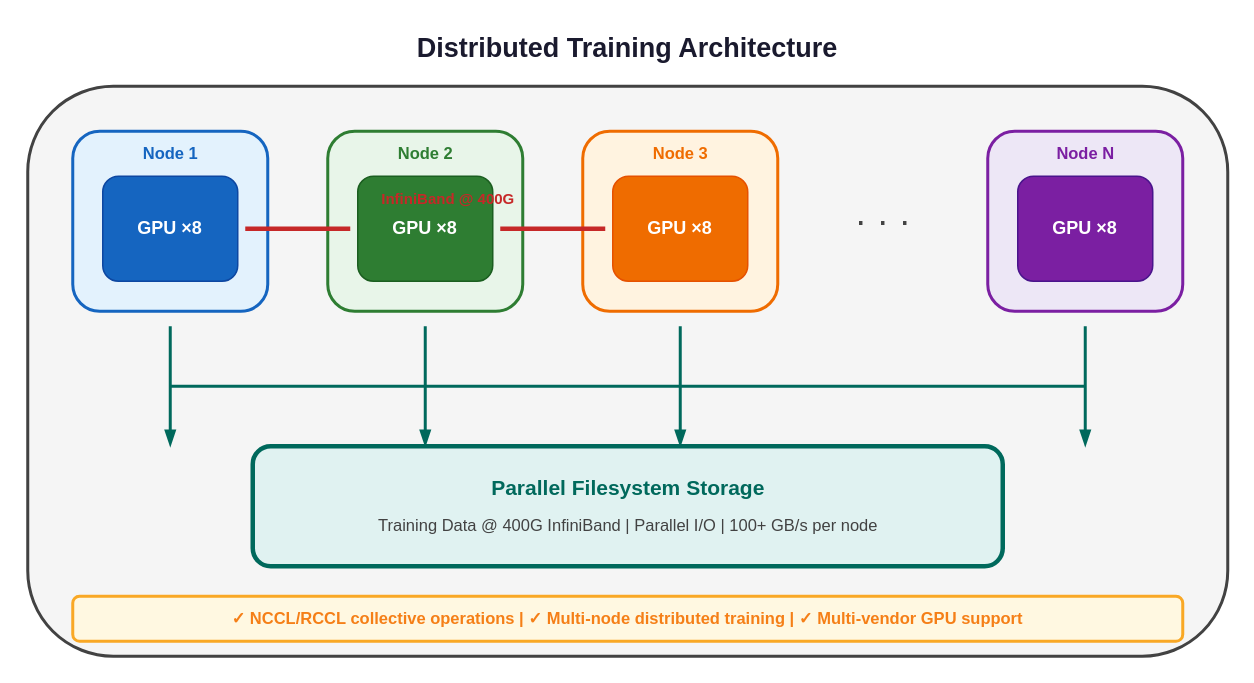
This is docs/diagrams/distributed-training.drawio from aamir939/Documentation, a draw.io file, before an edit. Source tidied: cells renumbered, new cells numbered last; positions are measured from the earlier drawing's top-left corner, leaving out a move shared by most shapes. Both pictures are drawn from the tidied source at 150%, with x=0, y=0 at pixel (27, 26).
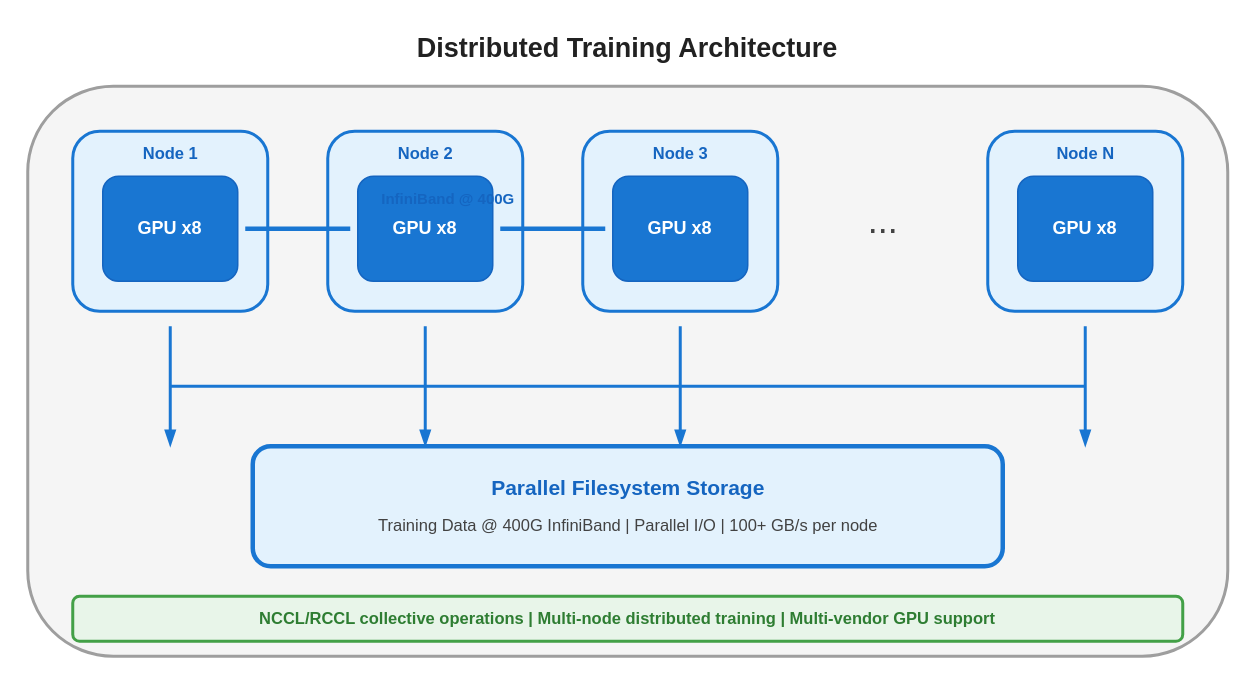
The same diagram, later.

Change to the diagram source:
```diff
@@
-    <mxCell id="2" value="Distributed Training Architecture" style="text;html=1;strokeColor=none;fillColor=none;align=center;verticalAlign=middle;whiteSpace=wrap;rounded=0;fontSize=18;fontStyle=1;fontColor=#1a1a2e;" parent="1" vertex="1">
+    <mxCell id="2" value="Distributed Training Architecture" style="text;html=1;strokeColor=none;fillColor=none;align=center;verticalAlign=middle;whiteSpace=wrap;rounded=0;fontSize=18;fontStyle=1;fontColor=#212121;" parent="1" vertex="1">
       <mxGeometry x="250" width="300" height="30" as="geometry" />
     </mxCell>
-    <mxCell id="3" style="rounded=1;whiteSpace=wrap;html=1;fillColor=#f5f5f5;strokeColor=#424242;strokeWidth=2;" parent="1" vertex="1">
+    <mxCell id="3" style="rounded=1;whiteSpace=wrap;html=1;fillColor=#f5f5f5;strokeColor=#9e9e9e;strokeWidth=2;" parent="1" vertex="1">
       <mxGeometry y="40" width="800" height="380" as="geometry" />
     </mxCell>
-    <mxCell id="4" style="rounded=1;whiteSpace=wrap;html=1;fillColor=#e3f2fd;strokeColor=#1565c0;strokeWidth=2;" parent="1" vertex="1">
+    <mxCell id="4" style="rounded=1;whiteSpace=wrap;html=1;fillColor=#e3f2fd;strokeColor=#1976d2;strokeWidth=2;" parent="1" vertex="1">
       <mxGeometry x="30" y="70" width="130" height="120" as="geometry" />
     </mxCell>
@@
-    <mxCell id="6" value="GPU ×8" style="rounded=1;whiteSpace=wrap;html=1;fillColor=#1565c0;strokeColor=#0d47a1;fontColor=#ffffff;fontStyle=1;fontSize=12;" parent="1" vertex="1">
+    <mxCell id="6" value="GPU x8" style="rounded=1;whiteSpace=wrap;html=1;fillColor=#1976d2;strokeColor=#1565c0;fontColor=#ffffff;fontStyle=1;fontSize=12;" parent="1" vertex="1">
       <mxGeometry x="50" y="100" width="90" height="70" as="geometry" />
     </mxCell>
-    <mxCell id="7" style="rounded=1;whiteSpace=wrap;html=1;fillColor=#e8f5e9;strokeColor=#2e7d32;strokeWidth=2;" parent="1" vertex="1">
+    <mxCell id="7" style="rounded=1;whiteSpace=wrap;html=1;fillColor=#e3f2fd;strokeColor=#1976d2;strokeWidth=2;" parent="1" vertex="1">
       <mxGeometry x="200" y="70" width="130" height="120" as="geometry" />
     </mxCell>
-    <mxCell id="8" value="Node 2" style="text;html=1;strokeColor=none;fillColor=none;align=center;verticalAlign=middle;fontStyle=1;fontSize=11;fontColor=#2e7d32;" parent="1" vertex="1">
+    <mxCell id="8" value="Node 2" style="text;html=1;strokeColor=none;fillColor=none;align=center;verticalAlign=middle;fontStyle=1;fontSize=11;fontColor=#1565c0;" parent="1" vertex="1">
       <mxGeometry x="200" y="75" width="130" height="20" as="geometry" />
     </mxCell>
-    <mxCell id="9" value="GPU ×8" style="rounded=1;whiteSpace=wrap;html=1;fillColor=#2e7d32;strokeColor=#1b5e20;fontColor=#ffffff;fontStyle=1;fontSize=12;" parent="1" vertex="1">
+    <mxCell id="9" value="GPU x8" style="rounded=1;whiteSpace=wrap;html=1;fillColor=#1976d2;strokeColor=#1565c0;fontColor=#ffffff;fontStyle=1;fontSize=12;" parent="1" vertex="1">
       <mxGeometry x="220" y="100" width="90" height="70" as="geometry" />
     </mxCell>
-    <mxCell id="10" style="rounded=1;whiteSpace=wrap;html=1;fillColor=#fff3e0;strokeColor=#ef6c00;strokeWidth=2;" parent="1" vertex="1">
+    <mxCell id="10" style="rounded=1;whiteSpace=wrap;html=1;fillColor=#e3f2fd;strokeColor=#1976d2;strokeWidth=2;" parent="1" vertex="1">
       <mxGeometry x="370" y="70" width="130" height="120" as="geometry" />
     </mxCell>
-    <mxCell id="11" value="Node 3" style="text;html=1;strokeColor=none;fillColor=none;align=center;verticalAlign=middle;fontStyle=1;fontSize=11;fontColor=#ef6c00;" parent="1" vertex="1">
+    <mxCell id="11" value="Node 3" style="text;html=1;strokeColor=none;fillColor=none;align=center;verticalAlign=middle;fontStyle=1;fontSize=11;fontColor=#1565c0;" parent="1" vertex="1">
       <mxGeometry x="370" y="75" width="130" height="20" as="geometry" />
     </mxCell>
-    <mxCell id="12" value="GPU ×8" style="rounded=1;whiteSpace=wrap;html=1;fillColor=#ef6c00;strokeColor=#e65100;fontColor=#ffffff;fontStyle=1;fontSize=12;" parent="1" vertex="1">
+    <mxCell id="12" value="GPU x8" style="rounded=1;whiteSpace=wrap;html=1;fillColor=#1976d2;strokeColor=#1565c0;fontColor=#ffffff;fontStyle=1;fontSize=12;" parent="1" vertex="1">
       <mxGeometry x="390" y="100" width="90" height="70" as="geometry" />
     </mxCell>
-    <mxCell id="13" style="rounded=1;whiteSpace=wrap;html=1;fillColor=#ede7f6;strokeColor=#7b1fa2;strokeWidth=2;" parent="1" vertex="1">
+    <mxCell id="13" style="rounded=1;whiteSpace=wrap;html=1;fillColor=#e3f2fd;strokeColor=#1976d2;strokeWidth=2;" parent="1" vertex="1">
       <mxGeometry x="640" y="70" width="130" height="120" as="geometry" />
     </mxCell>
-    <mxCell id="14" value="Node N" style="text;html=1;strokeColor=none;fillColor=none;align=center;verticalAlign=middle;fontStyle=1;fontSize=11;fontColor=#7b1fa2;" parent="1" vertex="1">
+    <mxCell id="14" value="Node N" style="text;html=1;strokeColor=none;fillColor=none;align=center;verticalAlign=middle;fontStyle=1;fontSize=11;fontColor=#1565c0;" parent="1" vertex="1">
       <mxGeometry x="640" y="75" width="130" height="20" as="geometry" />
     </mxCell>
-    <mxCell id="15" value="GPU ×8" style="rounded=1;whiteSpace=wrap;html=1;fillColor=#7b1fa2;strokeColor=#4a148c;fontColor=#ffffff;fontStyle=1;fontSize=12;" parent="1" vertex="1">
+    <mxCell id="15" value="GPU x8" style="rounded=1;whiteSpace=wrap;html=1;fillColor=#1976d2;strokeColor=#1565c0;fontColor=#ffffff;fontStyle=1;fontSize=12;" parent="1" vertex="1">
       <mxGeometry x="660" y="100" width="90" height="70" as="geometry" />
     </mxCell>
-    <mxCell id="16" value="· · ·" style="text;html=1;strokeColor=none;fillColor=none;align=center;verticalAlign=middle;fontSize=24;fontColor=#424242;" parent="1" vertex="1">
+    <mxCell id="16" value="..." style="text;html=1;strokeColor=none;fillColor=none;align=center;verticalAlign=middle;fontSize=24;fontColor=#424242;" parent="1" vertex="1">
       <mxGeometry x="530" y="110" width="80" height="40" as="geometry" />
     </mxCell>
-    <mxCell id="17" style="edgeStyle=orthogonalEdgeStyle;rounded=0;orthogonalLoop=1;jettySize=auto;html=1;strokeWidth=3;strokeColor=#c62828;endArrow=none;startArrow=none;" parent="1" edge="1">
+    <mxCell id="17" style="edgeStyle=orthogonalEdgeStyle;rounded=0;orthogonalLoop=1;jettySize=auto;html=1;strokeWidth=3;strokeColor=#1976d2;endArrow=none;startArrow=none;" parent="1" edge="1">
       <mxGeometry relative="1" as="geometry">
         <mxPoint x="145" y="135" as="sourcePoint" />
         <mxPoint x="215" y="135" as="targetPoint" />
       </mxGeometry>
     </mxCell>
-    <mxCell id="18" style="edgeStyle=orthogonalEdgeStyle;rounded=0;orthogonalLoop=1;jettySize=auto;html=1;strokeWidth=3;strokeColor=#c62828;endArrow=none;startArrow=none;" parent="1" edge="1">
+    <mxCell id="18" style="edgeStyle=orthogonalEdgeStyle;rounded=0;orthogonalLoop=1;jettySize=auto;html=1;strokeWidth=3;strokeColor=#1976d2;endArrow=none;startArrow=none;" parent="1" edge="1">
       <mxGeometry relative="1" as="geometry">
         <mxPoint x="315" y="135" as="sourcePoint" />
         <mxPoint x="385" y="135" as="targetPoint" />
       </mxGeometry>
     </mxCell>
-    <mxCell id="19" value="InfiniBand @ 400G" style="text;html=1;strokeColor=none;fillColor=none;align=center;verticalAlign=middle;fontSize=10;fontColor=#c62828;fontStyle=1;" parent="1" vertex="1">
+    <mxCell id="19" value="InfiniBand @ 400G" style="text;html=1;strokeColor=none;fillColor=none;align=center;verticalAlign=middle;fontSize=10;fontColor=#1565c0;fontStyle=1;" parent="1" vertex="1">
       <mxGeometry x="220" y="105" width="120" height="20" as="geometry" />
     </mxCell>
-    <mxCell id="20" style="edgeStyle=orthogonalEdgeStyle;rounded=0;orthogonalLoop=1;jettySize=auto;html=1;strokeWidth=2;strokeColor=#00695c;endArrow=blockThin;endFill=1;" parent="1" edge="1">
+    <mxCell id="20" style="edgeStyle=orthogonalEdgeStyle;rounded=0;orthogonalLoop=1;jettySize=auto;html=1;strokeWidth=2;strokeColor=#1976d2;endArrow=blockThin;endFill=1;" parent="1" edge="1">
       <mxGeometry relative="1" as="geometry">
         <mxPoint x="95" y="200" as="sourcePoint" />
         <mxPoint x="95" y="280" as="targetPoint" />
       </mxGeometry>
     </mxCell>
-    <mxCell id="21" style="edgeStyle=orthogonalEdgeStyle;rounded=0;orthogonalLoop=1;jettySize=auto;html=1;strokeWidth=2;strokeColor=#00695c;endArrow=blockThin;endFill=1;" parent="1" edge="1">
+    <mxCell id="21" style="edgeStyle=orthogonalEdgeStyle;rounded=0;orthogonalLoop=1;jettySize=auto;html=1;strokeWidth=2;strokeColor=#1976d2;endArrow=blockThin;endFill=1;" parent="1" edge="1">
       <mxGeometry relative="1" as="geometry">
         <mxPoint x="265" y="200" as="sourcePoint" />
         <mxPoint x="265" y="280" as="targetPoint" />
       </mxGeometry>
     </mxCell>
-    <mxCell id="22" style="edgeStyle=orthogonalEdgeStyle;rounded=0;orthogonalLoop=1;jettySize=auto;html=1;strokeWidth=2;strokeColor=#00695c;endArrow=blockThin;endFill=1;" parent="1" edge="1">
+    <mxCell id="22" style="edgeStyle=orthogonalEdgeStyle;rounded=0;orthogonalLoop=1;jettySize=auto;html=1;strokeWidth=2;strokeColor=#1976d2;endArrow=blockThin;endFill=1;" parent="1" edge="1">
       <mxGeometry relative="1" as="geometry">
         <mxPoint x="435" y="200" as="sourcePoint" />
         <mxPoint x="435" y="280" as="targetPoint" />
       </mxGeometry>
     </mxCell>
-    <mxCell id="23" style="edgeStyle=orthogonalEdgeStyle;rounded=0;orthogonalLoop=1;jettySize=auto;html=1;strokeWidth=2;strokeColor=#00695c;endArrow=blockThin;endFill=1;" parent="1" edge="1">
+    <mxCell id="23" style="edgeStyle=orthogonalEdgeStyle;rounded=0;orthogonalLoop=1;jettySize=auto;html=1;strokeWidth=2;strokeColor=#1976d2;endArrow=blockThin;endFill=1;" parent="1" edge="1">
       <mxGeometry relative="1" as="geometry">
         <mxPoint x="705" y="200" as="sourcePoint" />
         <mxPoint x="705" y="280" as="targetPoint" />
       </mxGeometry>
     </mxCell>
-    <mxCell id="24" style="edgeStyle=orthogonalEdgeStyle;rounded=0;orthogonalLoop=1;jettySize=auto;html=1;strokeWidth=2;strokeColor=#00695c;endArrow=none;startArrow=none;" parent="1" edge="1">
+    <mxCell id="24" style="edgeStyle=orthogonalEdgeStyle;rounded=0;orthogonalLoop=1;jettySize=auto;html=1;strokeWidth=2;strokeColor=#1976d2;endArrow=none;startArrow=none;" parent="1" edge="1">
       <mxGeometry relative="1" as="geometry">
         <mxPoint x="95" y="240" as="sourcePoint" />
         <mxPoint x="705" y="240" as="targetPoint" />
       </mxGeometry>
     </mxCell>
-    <mxCell id="25" style="rounded=1;whiteSpace=wrap;html=1;fillColor=#e0f2f1;strokeColor=#00695c;strokeWidth=3;" parent="1" vertex="1">
+    <mxCell id="25" style="rounded=1;whiteSpace=wrap;html=1;fillColor=#e3f2fd;strokeColor=#1976d2;strokeWidth=3;" parent="1" vertex="1">
       <mxGeometry x="150" y="280" width="500" height="80" as="geometry" />
     </mxCell>
-    <mxCell id="26" value="Parallel Filesystem Storage" style="text;html=1;strokeColor=none;fillColor=none;align=center;verticalAlign=middle;fontStyle=1;fontSize=14;fontColor=#00695c;" parent="1" vertex="1">
+    <mxCell id="26" value="Parallel Filesystem Storage" style="text;html=1;strokeColor=none;fillColor=none;align=center;verticalAlign=middle;fontStyle=1;fontSize=14;fontColor=#1565c0;" parent="1" vertex="1">
       <mxGeometry x="150" y="295" width="500" height="25" as="geometry" />
     </mxCell>
@@
-    <mxCell id="28" value="✓ NCCL/RCCL collective operations | ✓ Multi-node distributed training | ✓ Multi-vendor GPU support" style="rounded=1;whiteSpace=wrap;html=1;fillColor=#fff8e1;strokeColor=#f9a825;strokeWidth=2;fontSize=11;fontStyle=1;fontColor=#f57f17;" parent="1" vertex="1">
+    <mxCell id="28" value="NCCL/RCCL collective operations | Multi-node distributed training | Multi-vendor GPU support" style="rounded=1;whiteSpace=wrap;html=1;fillColor=#e8f5e9;strokeColor=#43a047;strokeWidth=2;fontSize=11;fontStyle=1;fontColor=#2e7d32;" parent="1" vertex="1">
       <mxGeometry x="30" y="380" width="740" height="30" as="geometry" />
     </mxCell>
```
